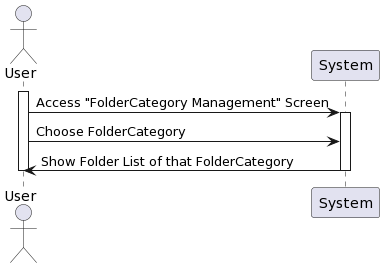
This is Lab1/Lab1.2/SequenceDiagram/FolderCategory/ViewFoldersinFolderCategory/ViewFoldersinFolderCategory_SequenceDiagram.png from khoapham1003/SE357-Pratice-class, a PlantUML export, as it was before one commit. Source of this version:
```plantuml
@startuml
actor User as User
participant System

activate User
User -> System: Access "FolderCategory Management" Screen
activate System
User -> System: Choose FolderCategory
System -> User : Show Folder List of that FolderCategory

deactivate System
deactivate User
@enduml
```
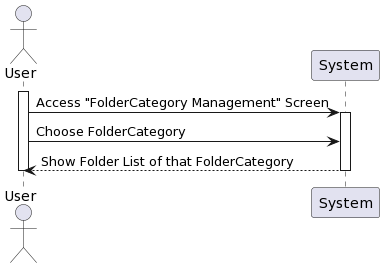
After the change.

What changed in the source:
```diff
@@ -6,7 +6,7 @@
 User -> System: Access "FolderCategory Management" Screen
 activate System
 User -> System: Choose FolderCategory
-System -> User : Show Folder List of that FolderCategory
+System --> User : Show Folder List of that FolderCategory
 
 deactivate System
 deactivate User
```
